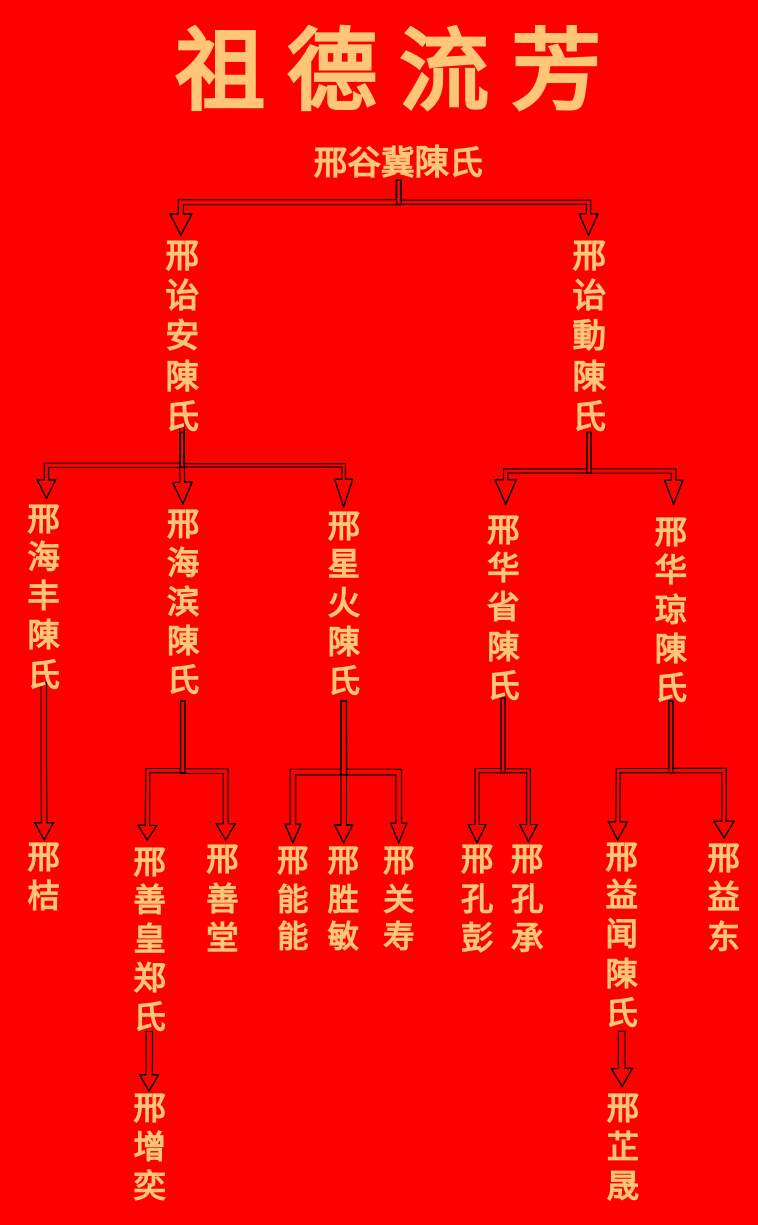
Above: Untitled Diagram.drawio in sunplanter/DSA (draw.io), before the change. Source tidied: cells renumbered, new cells numbered last; positions are measured from the earlier drawing's top-left corner, leaving out a move shared by most shapes. Both pictures are drawn from the tidied source at 112%, with x=0, y=0 at pixel (19, 22).
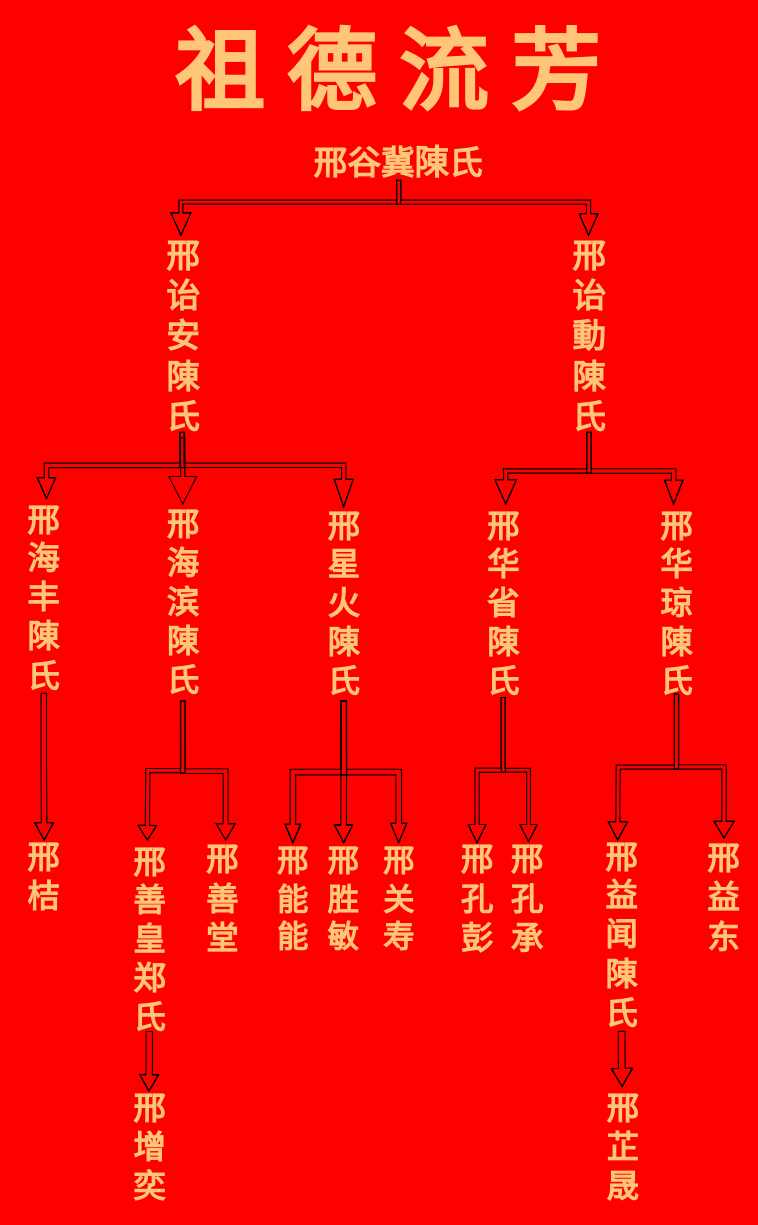
The same page after the edit.

Unchanged cells that the change refers to:
```xml
<mxCell id="5" value="&lt;div style=&quot;text-align: start;&quot;&gt;&lt;b style=&quot;font-size: 30px;&quot;&gt;&lt;span style=&quot;white-space: nowrap;&quot;&gt;邢谷冀&lt;/span&gt;&lt;/b&gt;&lt;span style=&quot;text-align: center;&quot;&gt;&lt;font style=&quot;font-size: 31px;&quot;&gt;&lt;b&gt;陳&lt;/b&gt;&lt;/font&gt;&lt;/span&gt;&lt;b style=&quot;font-size: 30px;&quot;&gt;&lt;span style=&quot;white-space: nowrap;&quot;&gt;氏&lt;/span&gt;&lt;/b&gt;&lt;/div&gt;" style="text;strokeColor=none;align=center;fillColor=none;html=1;verticalAlign=middle;whiteSpace=wrap;rounded=0;strokeWidth=1;fontColor=light-dark(#ffc677, #a95100);" parent="1" vertex="1">
  <mxGeometry x="240.4" y="110" width="196.2" height="30" as="geometry" />
</mxCell>
<mxCell id="24" value="&lt;span style=&quot;white-space: nowrap;&quot;&gt;&lt;font style=&quot;font-size: 29px;&quot;&gt;&lt;b&gt;邢&lt;/b&gt;&lt;/font&gt;&lt;/span&gt;&lt;div&gt;&lt;span style=&quot;white-space: nowrap;&quot;&gt;&lt;font style=&quot;font-size: 29px;&quot;&gt;&lt;b&gt;海&lt;/b&gt;&lt;/font&gt;&lt;/span&gt;&lt;/div&gt;&lt;div&gt;&lt;span style=&quot;white-space: nowrap;&quot;&gt;&lt;font style=&quot;font-size: 29px;&quot;&gt;&lt;b&gt;滨&lt;/b&gt;&lt;/font&gt;&lt;/span&gt;&lt;/div&gt;&lt;div&gt;&lt;font style=&quot;font-size: 29px;&quot;&gt;&lt;b&gt;&lt;font&gt;陳&lt;/font&gt;&lt;/b&gt;&lt;br&gt;&lt;/font&gt;&lt;/div&gt;&lt;div&gt;&lt;span style=&quot;white-space: nowrap;&quot;&gt;&lt;font style=&quot;font-size: 29px;&quot;&gt;&lt;b&gt;氏&lt;/b&gt;&lt;/font&gt;&lt;/span&gt;&lt;/div&gt;" style="text;strokeColor=none;align=center;fillColor=none;html=1;verticalAlign=middle;whiteSpace=wrap;rounded=0;strokeWidth=1;fontColor=light-dark(#ffc677, #a95100);" parent="1" vertex="1">
  <mxGeometry x="126" y="430" width="39.5" height="175" as="geometry" />
</mxCell>
<mxCell id="30" value="&lt;span style=&quot;white-space: nowrap;&quot;&gt;&lt;font style=&quot;font-size: 29px;&quot;&gt;&lt;b&gt;邢&lt;/b&gt;&lt;/font&gt;&lt;/span&gt;&lt;div&gt;&lt;span style=&quot;white-space: nowrap;&quot;&gt;&lt;font style=&quot;font-size: 29px;&quot;&gt;&lt;b&gt;星&lt;/b&gt;&lt;/font&gt;&lt;/span&gt;&lt;/div&gt;&lt;div&gt;&lt;span style=&quot;white-space: nowrap;&quot;&gt;&lt;font style=&quot;font-size: 29px;&quot;&gt;&lt;b&gt;火&lt;/b&gt;&lt;/font&gt;&lt;/span&gt;&lt;/div&gt;&lt;div&gt;&lt;font style=&quot;font-size: 29px;&quot;&gt;&lt;b&gt;&lt;font&gt;陳&lt;/font&gt;&lt;/b&gt;&lt;br&gt;&lt;/font&gt;&lt;/div&gt;&lt;div&gt;&lt;span style=&quot;white-space: nowrap;&quot;&gt;&lt;font style=&quot;font-size: 29px;&quot;&gt;&lt;b&gt;氏&lt;/b&gt;&lt;/font&gt;&lt;/span&gt;&lt;/div&gt;" style="text;strokeColor=none;align=center;fillColor=none;html=1;verticalAlign=middle;whiteSpace=wrap;rounded=0;strokeWidth=1;fontColor=light-dark(#ffc677, #a95100);" parent="1" vertex="1">
  <mxGeometry x="268.1" y="432.5" width="42.5" height="172.5" as="geometry" />
</mxCell>
```

What changed in the source:
```diff
@@
-    <mxCell id="3" style="edgeStyle=orthogonalEdgeStyle;shape=flexArrow;rounded=0;jettySize=auto;html=1;exitX=0.5;exitY=1;exitDx=0;exitDy=0;width=4.615384615384615;endSize=6.0120689655172415;endWidth=14.03183023872679;" parent="1" edge="1" source="5">
+    <mxCell id="3" style="edgeStyle=orthogonalEdgeStyle;shape=flexArrow;rounded=0;jettySize=auto;html=1;exitX=0.5;exitY=1;exitDx=0;exitDy=0;width=3.582089552238806;endSize=6.312244897959183;endWidth=13.350593968930854;" parent="1" edge="1" source="5">
       <mxGeometry relative="1" as="geometry">
         <mxPoint x="144" y="190" as="targetPoint" />
         <Array as="points">
           <mxPoint x="338" y="160" />
           <mxPoint x="144" y="160" />
         </Array>
       </mxGeometry>
     </mxCell>
@@
-    <mxCell id="6" style="edgeStyle=orthogonalEdgeStyle;shape=flexArrow;rounded=0;orthogonalLoop=1;jettySize=auto;html=1;width=3.846153846153846;endSize=5.180769230769231;endWidth=11.61257606490872;" parent="1" edge="1">
+    <mxCell id="6" style="edgeStyle=orthogonalEdgeStyle;shape=flexArrow;rounded=0;orthogonalLoop=1;jettySize=auto;html=1;width=3.943661971830986;endSize=5.853521126760564;endWidth=11.61257606490872;" parent="1" edge="1">
       <mxGeometry relative="1" as="geometry">
         <mxPoint x="145" y="365" as="sourcePoint" />
         <mxPoint x="24" y="425" as="targetPoint" />
         <Array as="points">
           <mxPoint x="145" y="395" />
           <mxPoint x="24" y="395" />
         </Array>
       </mxGeometry>
     </mxCell>
-    <mxCell id="7" style="edgeStyle=orthogonalEdgeStyle;shape=flexArrow;rounded=0;jettySize=auto;html=1;entryX=0.5;entryY=0;entryDx=0;entryDy=0;endWidth=12.450980392156863;endSize=6.110204081632653;width=4.081632653061225;" parent="1" edge="1" source="9" target="24">
-      <mxGeometry relative="1" as="geometry">
-        <Array as="points">
-          <mxPoint x="145" y="395" />
-          <mxPoint x="146" y="395" />
-        </Array>
-      </mxGeometry>
-    </mxCell>
-    <mxCell id="8" style="edgeStyle=orthogonalEdgeStyle;shape=flexArrow;rounded=0;jettySize=auto;html=1;entryX=0.5;entryY=0;entryDx=0;entryDy=0;width=3.061224489795918;endSize=7.826530612244897;endWidth=12.096010818120352;" parent="1" edge="1" target="30">
+    <mxCell id="8" style="edgeStyle=orthogonalEdgeStyle;shape=flexArrow;rounded=0;jettySize=auto;html=1;entryX=0.5;entryY=0;entryDx=0;entryDy=0;width=3.896103896103896;endSize=7.828571428571428;endWidth=12.096010818120352;" parent="1" edge="1" target="30">
       <mxGeometry relative="1" as="geometry">
         <mxPoint x="145" y="365" as="sourcePoint" />
         <Array as="points">
           <mxPoint x="145" y="395" />
           <mxPoint x="289" y="395" />
         </Array>
       </mxGeometry>
     </mxCell>
+    <mxCell id="42" style="edgeStyle=orthogonalEdgeStyle;shape=flexArrow;rounded=0;orthogonalLoop=1;jettySize=auto;html=1;exitX=0.5;exitY=1;exitDx=0;exitDy=0;entryX=0.5;entryY=0;entryDx=0;entryDy=0;width=3.842364532019704;endSize=7.835467980295566;" parent="1" edge="1">
+      <mxGeometry relative="1" as="geometry">
+        <mxPoint x="145.7" y="370" as="sourcePoint" />
+        <mxPoint x="145.7" y="430" as="targetPoint" />
+      </mxGeometry>
+    </mxCell>
     <mxCell id="9" value="&lt;span style=&quot;white-space: nowrap;&quot;&gt;&lt;b&gt;&lt;font style=&quot;font-size: 30px;&quot;&gt;邢&lt;/font&gt;&lt;/b&gt;&lt;/span&gt;&lt;div&gt;&lt;span style=&quot;white-space: nowrap;&quot;&gt;&lt;b&gt;&lt;font style=&quot;font-size: 30px;&quot;&gt;诒&lt;/font&gt;&lt;/b&gt;&lt;/span&gt;&lt;/div&gt;&lt;div&gt;&lt;font style=&quot;font-size: 30px;&quot;&gt;&lt;span style=&quot;white-space: nowrap;&quot;&gt;&lt;b&gt;&lt;font&gt;安&lt;/font&gt;&lt;/b&gt;&lt;/span&gt;&lt;b&gt;&lt;font&gt;陳&lt;/font&gt;&lt;/b&gt;&lt;/font&gt;&lt;/div&gt;&lt;div&gt;&lt;span style=&quot;white-space: nowrap;&quot;&gt;&lt;b&gt;&lt;font style=&quot;font-size: 30px;&quot;&gt;氏&lt;/font&gt;&lt;/b&gt;&lt;/span&gt;&lt;/div&gt;" style="text;strokeColor=none;align=center;fillColor=none;html=1;verticalAlign=middle;whiteSpace=wrap;rounded=0;strokeWidth=1;fontColor=light-dark(#ffc677, #a95100);" parent="1" vertex="1">
-      <mxGeometry x="126" y="200" width="38" height="160" as="geometry" />
+      <mxGeometry x="126.8" y="190" width="38" height="180" as="geometry" />
     </mxCell>
@@
     <mxCell id="14" value="&lt;font style=&quot;font-size: 29px;&quot;&gt;&lt;span style=&quot;white-space: nowrap;&quot;&gt;&lt;b&gt;邢&lt;/b&gt;&lt;/span&gt;&lt;/font&gt;&lt;div&gt;&lt;b&gt;&lt;font style=&quot;font-size: 29px;&quot;&gt;&lt;span style=&quot;white-space: nowrap;&quot;&gt;华&lt;/span&gt;&lt;br&gt;&lt;/font&gt;&lt;/b&gt;&lt;/div&gt;&lt;div&gt;&lt;font style=&quot;font-size: 29px;&quot;&gt;&lt;span style=&quot;white-space: nowrap;&quot;&gt;&lt;b&gt;琼&lt;/b&gt;&lt;/span&gt;&lt;/font&gt;&lt;/div&gt;&lt;div&gt;&lt;font style=&quot;font-size: 29px;&quot;&gt;&lt;b&gt;&lt;font&gt;陳&lt;/font&gt;&lt;/b&gt;&lt;br&gt;&lt;/font&gt;&lt;/div&gt;&lt;div&gt;&lt;font style=&quot;font-size: 29px;&quot;&gt;&lt;span style=&quot;white-space: nowrap;&quot;&gt;&lt;b&gt;氏&lt;/b&gt;&lt;/span&gt;&lt;/font&gt;&lt;/div&gt;" style="text;strokeColor=none;align=center;fillColor=none;html=1;verticalAlign=middle;whiteSpace=wrap;rounded=0;strokeWidth=1;fontColor=light-dark(#ffc677, #a95100);" parent="1" vertex="1">
-      <mxGeometry x="559" y="445" width="45" height="160" as="geometry" />
+      <mxGeometry x="564" y="438.8" width="45" height="160" as="geometry" />
     </mxCell>
@@
     <mxCell id="16" value="&lt;span style=&quot;white-space: nowrap;&quot;&gt;&lt;b&gt;&lt;font style=&quot;font-size: 29px;&quot;&gt;邢&lt;/font&gt;&lt;/b&gt;&lt;/span&gt;&lt;div&gt;&lt;span style=&quot;white-space: nowrap;&quot;&gt;&lt;b&gt;&lt;font style=&quot;font-size: 29px;&quot;&gt;华&lt;/font&gt;&lt;/b&gt;&lt;/span&gt;&lt;/div&gt;&lt;div&gt;&lt;span style=&quot;white-space: nowrap;&quot;&gt;&lt;b&gt;&lt;font style=&quot;font-size: 29px;&quot;&gt;省&lt;/font&gt;&lt;/b&gt;&lt;/span&gt;&lt;/div&gt;&lt;div&gt;&lt;font style=&quot;font-size: 29px;&quot;&gt;&lt;b&gt;&lt;font&gt;陳&lt;/font&gt;&lt;/b&gt;&lt;br&gt;&lt;/font&gt;&lt;/div&gt;&lt;div&gt;&lt;span style=&quot;white-space: nowrap;&quot;&gt;&lt;b&gt;&lt;font style=&quot;font-size: 29px;&quot;&gt;氏&lt;/font&gt;&lt;/b&gt;&lt;/span&gt;&lt;/div&gt;" style="text;strokeColor=none;align=center;fillColor=none;html=1;verticalAlign=middle;whiteSpace=wrap;rounded=0;strokeWidth=1;fontColor=light-dark(#ffc677, #a95100);" parent="1" vertex="1">
-      <mxGeometry x="414" y="443.8" width="35.5" height="158.8" as="geometry" />
+      <mxGeometry x="414" y="435.6" width="35.5" height="166.2" as="geometry" />
     </mxCell>
@@
     <mxCell id="26" value="&lt;span style=&quot;white-space: nowrap;&quot;&gt;&lt;font style=&quot;font-size: 29px;&quot;&gt;&lt;b&gt;邢&lt;/b&gt;&lt;/font&gt;&lt;/span&gt;&lt;div&gt;&lt;span style=&quot;white-space: nowrap;&quot;&gt;&lt;font style=&quot;font-size: 29px;&quot;&gt;&lt;b&gt;海&lt;/b&gt;&lt;/font&gt;&lt;/span&gt;&lt;/div&gt;&lt;div&gt;&lt;span style=&quot;white-space: nowrap;&quot;&gt;&lt;font style=&quot;font-size: 29px;&quot;&gt;&lt;b&gt;丰&lt;/b&gt;&lt;/font&gt;&lt;/span&gt;&lt;/div&gt;&lt;div&gt;&lt;font style=&quot;font-size: 29px;&quot;&gt;&lt;b&gt;&lt;font&gt;陳&lt;/font&gt;&lt;/b&gt;&lt;br&gt;&lt;/font&gt;&lt;/div&gt;&lt;div&gt;&lt;span style=&quot;white-space: nowrap;&quot;&gt;&lt;font style=&quot;font-size: 29px;&quot;&gt;&lt;b&gt;氏&lt;/b&gt;&lt;/font&gt;&lt;/span&gt;&lt;/div&gt;" style="text;strokeColor=none;align=center;fillColor=none;html=1;verticalAlign=middle;whiteSpace=wrap;rounded=0;strokeWidth=1;fontColor=light-dark(#ffc677, #a95100);" parent="1" vertex="1">
-      <mxGeometry y="438.1" width="43.1" height="150" as="geometry" />
+      <mxGeometry y="430" width="43.1" height="168.1" as="geometry" />
     </mxCell>
```
